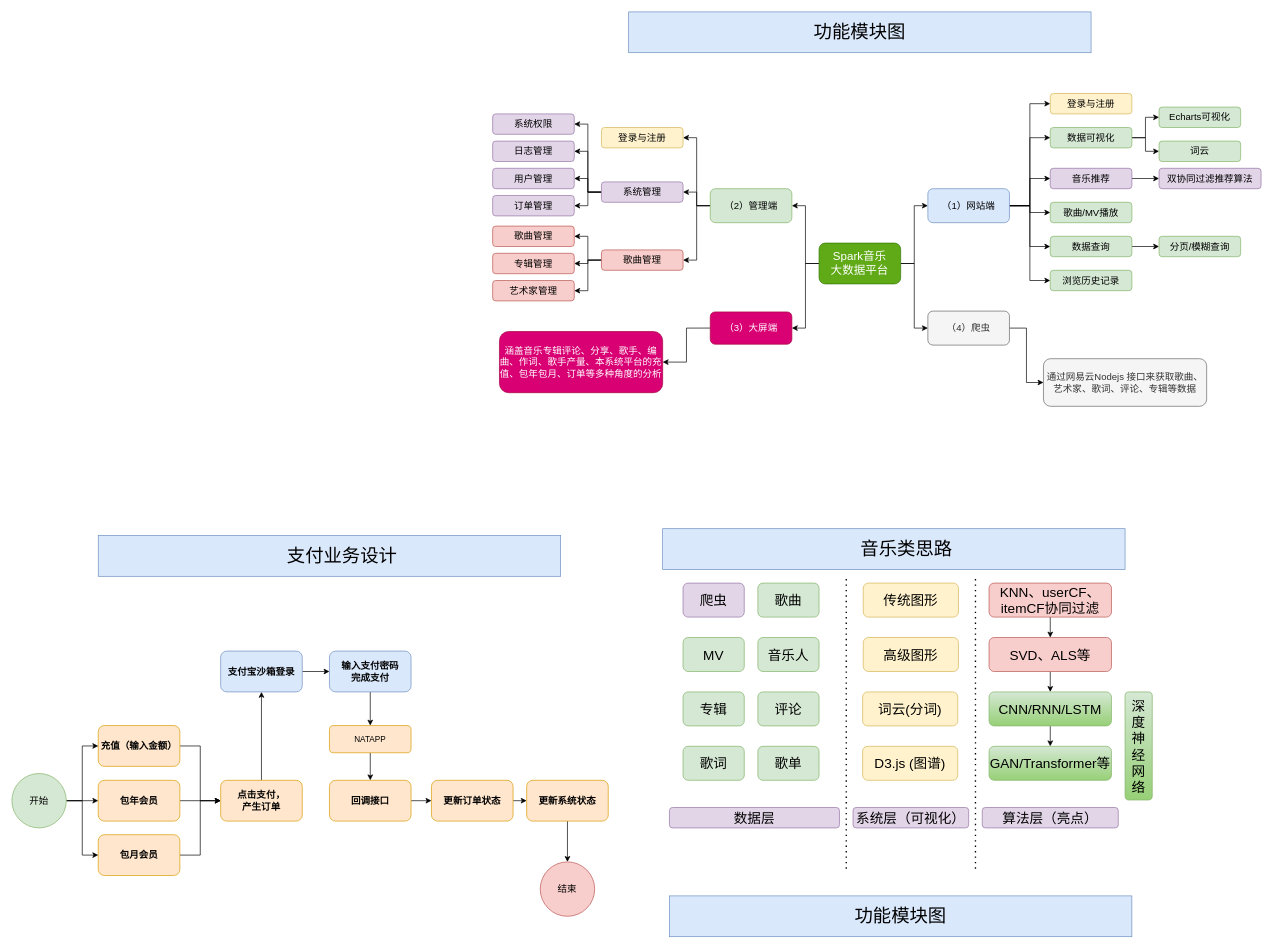
Before: SPARK/01-Music.drawio in redcomet88/DRAW, a draw.io diagram. Source tidied: cells renumbered, new cells numbered last; positions are measured from the earlier drawing's top-left corner, leaving out a move shared by most shapes. Both pictures are drawn from the tidied source at 68%, with x=0, y=0 at pixel (12, 12).
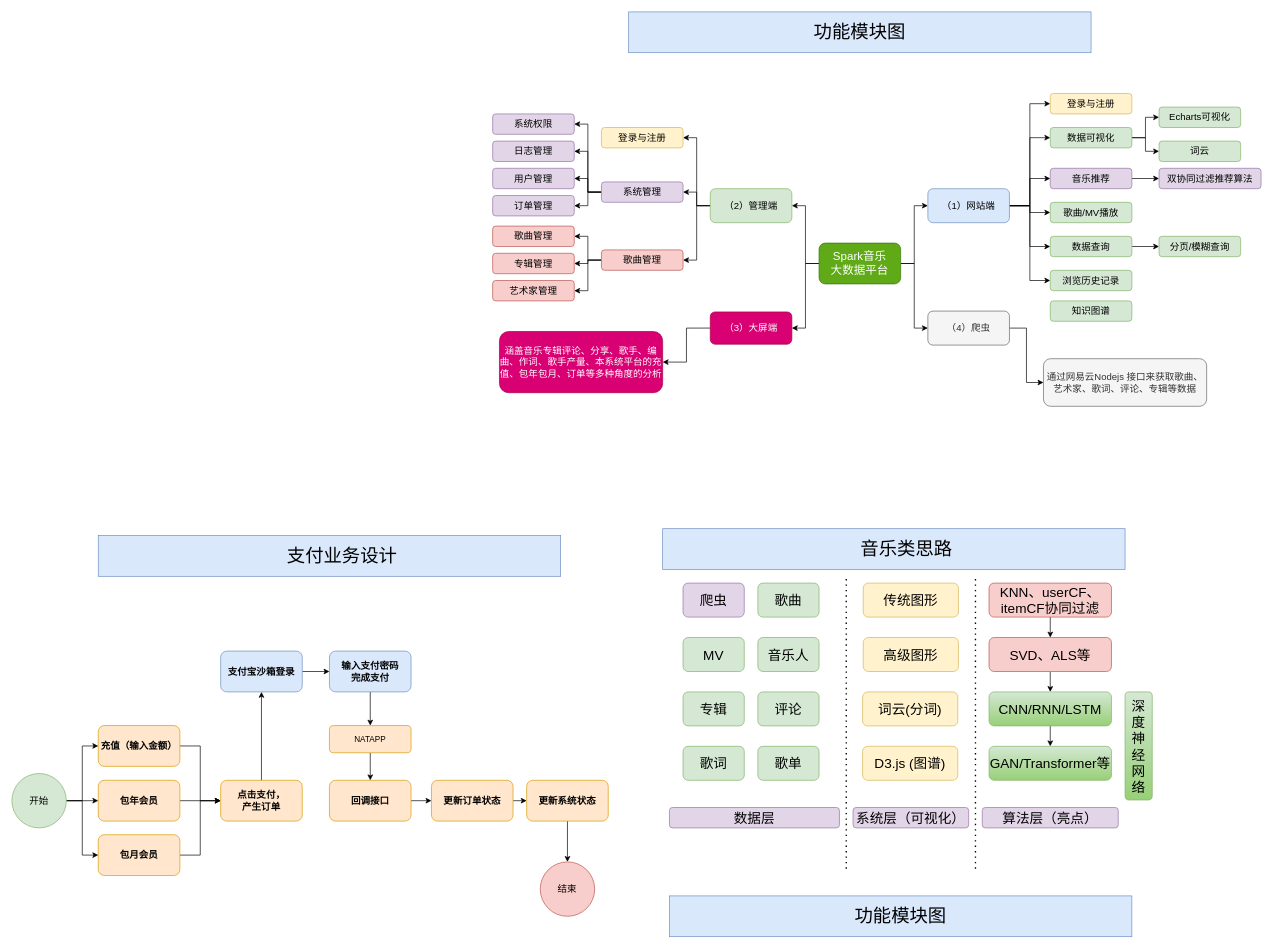
The same page after the edit.

What changed in the source:
```diff
@@
+    <mxCell id="110" value="知识图谱" style="rounded=1;whiteSpace=wrap;html=1;fontSize=14;fillColor=#d5e8d4;strokeColor=#82b366;" parent="1" vertex="1">
+      <mxGeometry x="1527" y="425" width="120" height="30" as="geometry" />
+    </mxCell>
```
